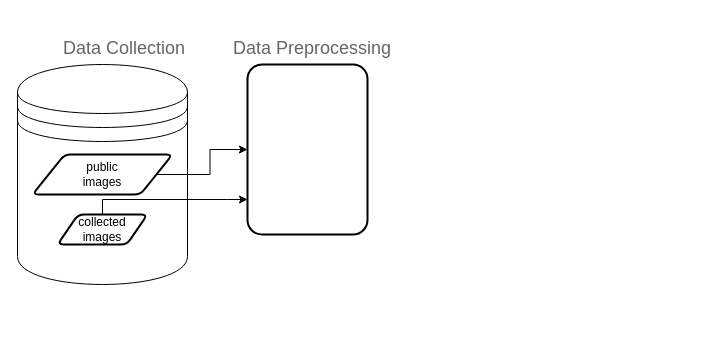
MC2114/lyft-etl-pipeline-data-engineering keeps this draw.io diagram as Untitled Diagram.drawio. Above is the earlier version. Source tidied: cells renumbered, new cells numbered last; positions are measured from the earlier drawing's top-left corner, leaving out a move shared by most shapes. Both pictures are drawn from the tidied source at 100%, with x=0, y=0 at pixel (17, 44).
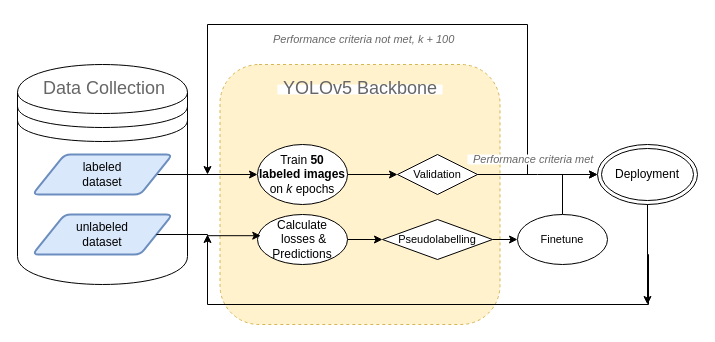
After the change.

The edit, as a diff of the source:
```diff
@@
+    <mxCell id="10" style="rounded=1;whiteSpace=wrap;html=1;fillColor=#fff2cc;strokeColor=#d6b656;dashed=1;" parent="1" vertex="1">
+      <mxGeometry x="202.5" y="20" width="280" height="260" as="geometry" />
+    </mxCell>
@@
-    <mxCell id="3" style="edgeStyle=orthogonalEdgeStyle;rounded=0;jettySize=auto;html=1;" parent="1" edge="1" source="4" target="8">
-      <mxGeometry relative="1" as="geometry" />
-    </mxCell>
+    <mxCell id="11" style="edgeStyle=orthogonalEdgeStyle;rounded=0;jettySize=auto;html=1;exitX=1;exitY=0.5;exitDx=0;exitDy=0;" parent="1" edge="1" source="4" target="13">
+      <mxGeometry relative="1" as="geometry" />
+    </mxCell>
-    <mxCell id="4" value="public&lt;div&gt;images&lt;/div&gt;" style="shape=parallelogram;html=1;strokeWidth=2;perimeter=parallelogramPerimeter;whiteSpace=wrap;rounded=1;arcSize=12;size=0.23;" parent="1" vertex="1">
+    <mxCell id="4" value="labeled&lt;div&gt;dataset&lt;/div&gt;" style="shape=parallelogram;html=1;strokeWidth=2;perimeter=parallelogramPerimeter;whiteSpace=wrap;rounded=1;arcSize=12;size=0.23;fillColor=#dae8fc;strokeColor=#6c8ebf;" parent="1" vertex="1">
       <mxGeometry x="15" y="110" width="140" height="40" as="geometry" />
     </mxCell>
-    <mxCell id="5" style="edgeStyle=orthogonalEdgeStyle;rounded=0;jettySize=auto;html=1;" parent="1" edge="1" source="6" target="8">
-      <mxGeometry relative="1" as="geometry">
-        <Array as="points">
-          <mxPoint x="210" y="155" />
-          <mxPoint x="210" y="155" />
-        </Array>
-      </mxGeometry>
-    </mxCell>
-    <mxCell id="6" value="collected images" style="shape=parallelogram;html=1;strokeWidth=2;perimeter=parallelogramPerimeter;whiteSpace=wrap;rounded=1;arcSize=12;size=0.23;" parent="1" vertex="1">
-      <mxGeometry x="40" y="170" width="90" height="30" as="geometry" />
+    <mxCell id="6" value="unlabeled&lt;div&gt;dataset&lt;/div&gt;" style="shape=parallelogram;html=1;strokeWidth=2;perimeter=parallelogramPerimeter;whiteSpace=wrap;rounded=1;arcSize=12;size=0.23;fillColor=#dae8fc;strokeColor=#6c8ebf;" parent="1" vertex="1">
+      <mxGeometry x="15" y="170" width="140" height="40" as="geometry" />
     </mxCell>
     <mxCell id="7" value="&lt;div style=&quot;&quot;&gt;&lt;font style=&quot;font-size: 18px;&quot;&gt;Data Collection&lt;/font&gt;&lt;/div&gt;" style="strokeWidth=1;shadow=0;dashed=0;align=center;html=1;shape=mxgraph.mockup.text.textBox;fontColor=#666666;align=left;fontSize=17;spacingLeft=4;spacingTop=-3;whiteSpace=wrap;strokeColor=none;mainText=;" parent="1" vertex="1">
-      <mxGeometry x="40" width="150" height="10" as="geometry" />
+      <mxGeometry x="20" y="40" width="130" height="10" as="geometry" />
     </mxCell>
-    <mxCell id="8" style="whiteSpace=wrap;html=1;strokeWidth=2;rounded=1;arcSize=12;" parent="1" vertex="1">
-      <mxGeometry x="230" y="20" width="120" height="170" as="geometry" />
-    </mxCell>
-    <mxCell id="9" value="&lt;div style=&quot;&quot;&gt;&lt;font style=&quot;font-size: 18px;&quot;&gt;Data Preprocessing&lt;/font&gt;&lt;/div&gt;" style="strokeWidth=1;shadow=0;dashed=0;align=center;html=1;shape=mxgraph.mockup.text.textBox;fontColor=#666666;align=left;fontSize=17;spacingLeft=4;spacingTop=-3;whiteSpace=wrap;strokeColor=none;mainText=;" parent="1" vertex="1">
-      <mxGeometry x="210" width="180" height="10" as="geometry" />
+    <mxCell id="9" value="&lt;div style=&quot;&quot;&gt;&lt;font style=&quot;font-size: 18px;&quot;&gt;YOLOv5 Backbone&lt;/font&gt;&lt;/div&gt;" style="strokeWidth=1;shadow=0;dashed=0;align=center;html=1;shape=mxgraph.mockup.text.textBox;fontColor=#666666;align=left;fontSize=17;spacingLeft=4;spacingTop=-3;whiteSpace=wrap;strokeColor=none;mainText=;" parent="1" vertex="1">
+      <mxGeometry x="260" y="40" width="165" height="10" as="geometry" />
     </mxCell>
+    <mxCell id="12" style="edgeStyle=orthogonalEdgeStyle;rounded=0;jettySize=auto;html=1;" parent="1" edge="1" source="13" target="16">
+      <mxGeometry relative="1" as="geometry" />
+    </mxCell>
+    <mxCell id="13" value="Train &lt;b&gt;50 labeled images &lt;/b&gt;on &lt;i&gt;k&lt;/i&gt; epochs" style="shape=ellipse;html=1;dashed=0;whiteSpace=wrap;perimeter=ellipsePerimeter;" parent="1" vertex="1">
+      <mxGeometry x="240" y="100" width="90" height="60" as="geometry" />
+    </mxCell>
+    <mxCell id="14" style="edgeStyle=orthogonalEdgeStyle;rounded=0;jettySize=auto;html=1;" parent="1" edge="1" source="16">
+      <mxGeometry relative="1" as="geometry">
+        <mxPoint x="190" y="130" as="targetPoint" />
+        <Array as="points">
+          <mxPoint x="510" y="130" />
+          <mxPoint x="510" y="-20" />
+          <mxPoint x="190" y="-20" />
+        </Array>
+      </mxGeometry>
+    </mxCell>
+    <mxCell id="15" style="edgeStyle=orthogonalEdgeStyle;rounded=0;jettySize=auto;html=1;" parent="1" edge="1" source="16">
+      <mxGeometry relative="1" as="geometry">
+        <mxPoint x="580" y="130" as="targetPoint" />
+      </mxGeometry>
+    </mxCell>
+    <mxCell id="16" value="&lt;font style=&quot;font-size: 11px;&quot;&gt;Validation&lt;/font&gt;" style="rhombus;whiteSpace=wrap;html=1;dashed=0;" parent="1" vertex="1">
+      <mxGeometry x="380" y="110" width="80" height="40" as="geometry" />
+    </mxCell>
+    <mxCell id="17" value="&lt;div style=&quot;&quot;&gt;&lt;font style=&quot;font-size: 11px;&quot;&gt;&lt;i&gt;Performance criteria not met, k + 100&lt;/i&gt;&lt;/font&gt;&lt;/div&gt;" style="strokeWidth=1;shadow=0;dashed=0;align=center;html=1;shape=mxgraph.mockup.text.textBox;fontColor=#666666;align=left;fontSize=17;spacingLeft=4;spacingTop=-3;whiteSpace=wrap;strokeColor=none;mainText=;" parent="1" vertex="1">
+      <mxGeometry x="250" y="-10" width="200" height="10" as="geometry" />
+    </mxCell>
+    <mxCell id="18" value="&lt;div style=&quot;&quot;&gt;&lt;font style=&quot;font-size: 11px;&quot;&gt;&lt;i&gt;Performance criteria met&lt;/i&gt;&lt;/font&gt;&lt;/div&gt;" style="strokeWidth=1;shadow=0;dashed=0;align=center;html=1;shape=mxgraph.mockup.text.textBox;fontColor=#666666;align=left;fontSize=17;spacingLeft=4;spacingTop=-3;whiteSpace=wrap;strokeColor=none;mainText=;" parent="1" vertex="1">
+      <mxGeometry x="450" y="110" width="130" height="10" as="geometry" />
+    </mxCell>
+    <mxCell id="19" style="edgeStyle=orthogonalEdgeStyle;rounded=0;jettySize=auto;html=1;" parent="1" edge="1" source="20">
+      <mxGeometry relative="1" as="geometry">
+        <mxPoint x="630" y="260" as="targetPoint" />
+      </mxGeometry>
+    </mxCell>
+    <mxCell id="20" value="Deployment" style="ellipse;shape=doubleEllipse;whiteSpace=wrap;html=1;" parent="1" vertex="1">
+      <mxGeometry x="580" y="100" width="100" height="60" as="geometry" />
+    </mxCell>
+    <mxCell id="21" style="edgeStyle=orthogonalEdgeStyle;rounded=0;jettySize=auto;html=1;" parent="1" edge="1" source="20">
+      <mxGeometry relative="1" as="geometry">
+        <mxPoint x="190" y="190" as="targetPoint" />
+        <Array as="points">
+          <mxPoint x="630" y="210" />
+          <mxPoint x="631" y="210" />
+          <mxPoint x="631" y="260" />
+          <mxPoint x="190" y="260" />
+          <mxPoint x="190" y="190" />
+        </Array>
+      </mxGeometry>
+    </mxCell>
+    <mxCell id="22" style="edgeStyle=orthogonalEdgeStyle;rounded=0;jettySize=auto;html=1;" parent="1" edge="1" source="23" target="26">
+      <mxGeometry relative="1" as="geometry" />
+    </mxCell>
+    <mxCell id="23" value="Calculate &amp;nbsp;losses &amp;amp; Predictions" style="shape=ellipse;html=1;dashed=0;whiteSpace=wrap;perimeter=ellipsePerimeter;" parent="1" vertex="1">
+      <mxGeometry x="240" y="170" width="90" height="50" as="geometry" />
+    </mxCell>
+    <mxCell id="24" style="edgeStyle=orthogonalEdgeStyle;rounded=0;jettySize=auto;html=1;exitX=1;exitY=0.5;exitDx=0;exitDy=0;entryX=0.036;entryY=0.424;entryDx=0;entryDy=0;entryPerimeter=0;" parent="1" edge="1" source="6" target="23">
+      <mxGeometry relative="1" as="geometry">
+        <Array as="points">
+          <mxPoint x="190" y="190" />
+          <mxPoint x="190" y="191" />
+        </Array>
+      </mxGeometry>
+    </mxCell>
+    <mxCell id="25" style="edgeStyle=orthogonalEdgeStyle;rounded=0;jettySize=auto;html=1;" parent="1" edge="1" source="26" target="28">
+      <mxGeometry relative="1" as="geometry" />
+    </mxCell>
+    <mxCell id="26" value="&lt;font style=&quot;font-size: 11px;&quot;&gt;Pseudo&lt;/font&gt;&lt;span style=&quot;font-size: 11px;&quot;&gt;labelling&lt;/span&gt;" style="rhombus;whiteSpace=wrap;html=1;" parent="1" vertex="1">
+      <mxGeometry x="365" y="175" width="110" height="40" as="geometry" />
+    </mxCell>
+    <mxCell id="27" style="edgeStyle=orthogonalEdgeStyle;rounded=0;jettySize=auto;html=1;exitX=0.5;exitY=0;exitDx=0;exitDy=0;entryX=0;entryY=0.5;entryDx=0;entryDy=0;" parent="1" edge="1" source="28" target="20">
+      <mxGeometry relative="1" as="geometry" />
+    </mxCell>
+    <mxCell id="28" value="&lt;font style=&quot;font-size: 11px;&quot;&gt;Finetune&lt;/font&gt;" style="shape=ellipse;html=1;dashed=0;whiteSpace=wrap;perimeter=ellipsePerimeter;" parent="1" vertex="1">
+      <mxGeometry x="500" y="170" width="90" height="50" as="geometry" />
+    </mxCell>
```
